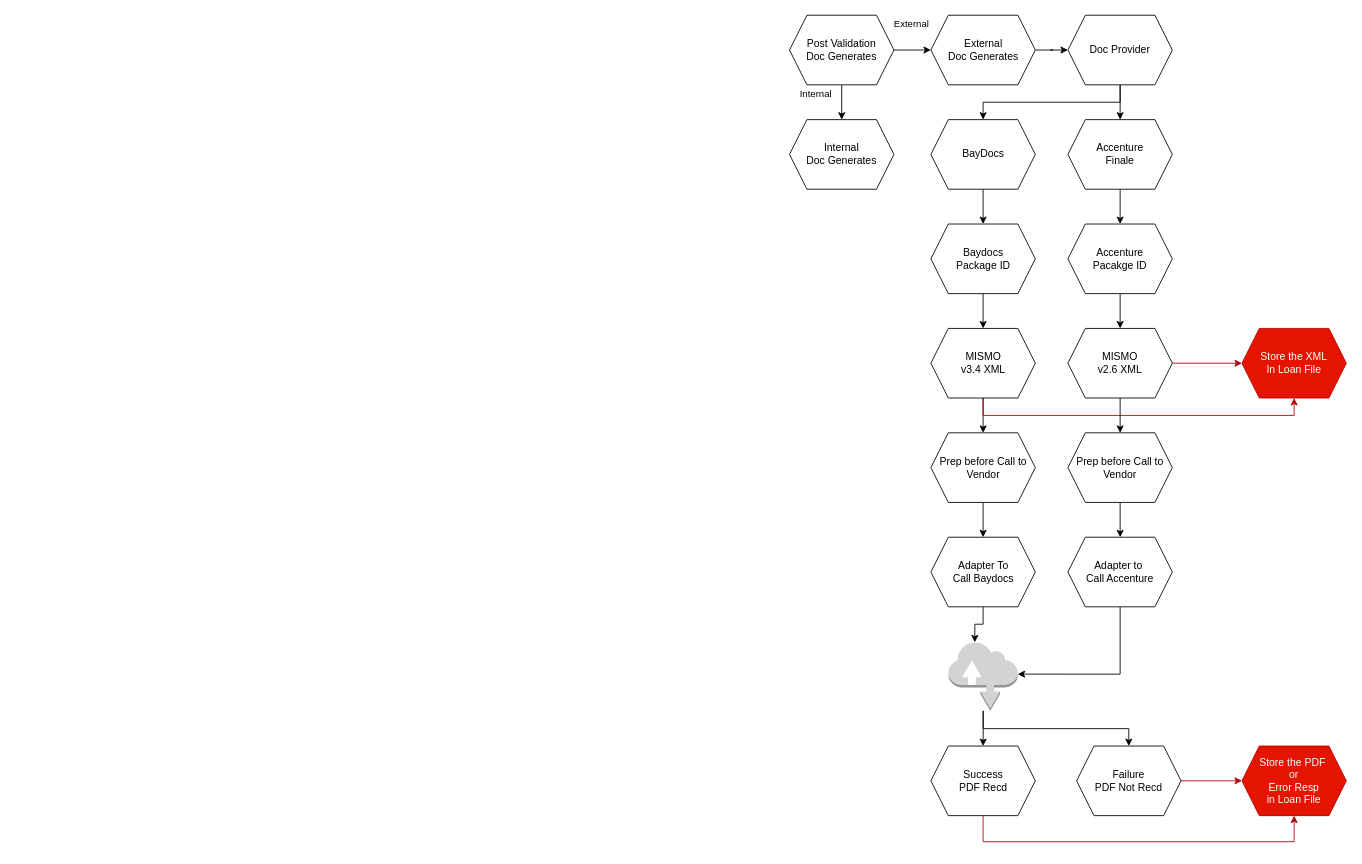
lhesnadeemshaikh/los keeps this draw.io diagram as DocGen.drawio. Above is the earlier version. Source tidied: cells renumbered, new cells numbered last; positions are measured from the earlier drawing's top-left corner, leaving out a move shared by most shapes. Both pictures are drawn from the tidied source at 87%, with x=0, y=0 at pixel (789, 15).
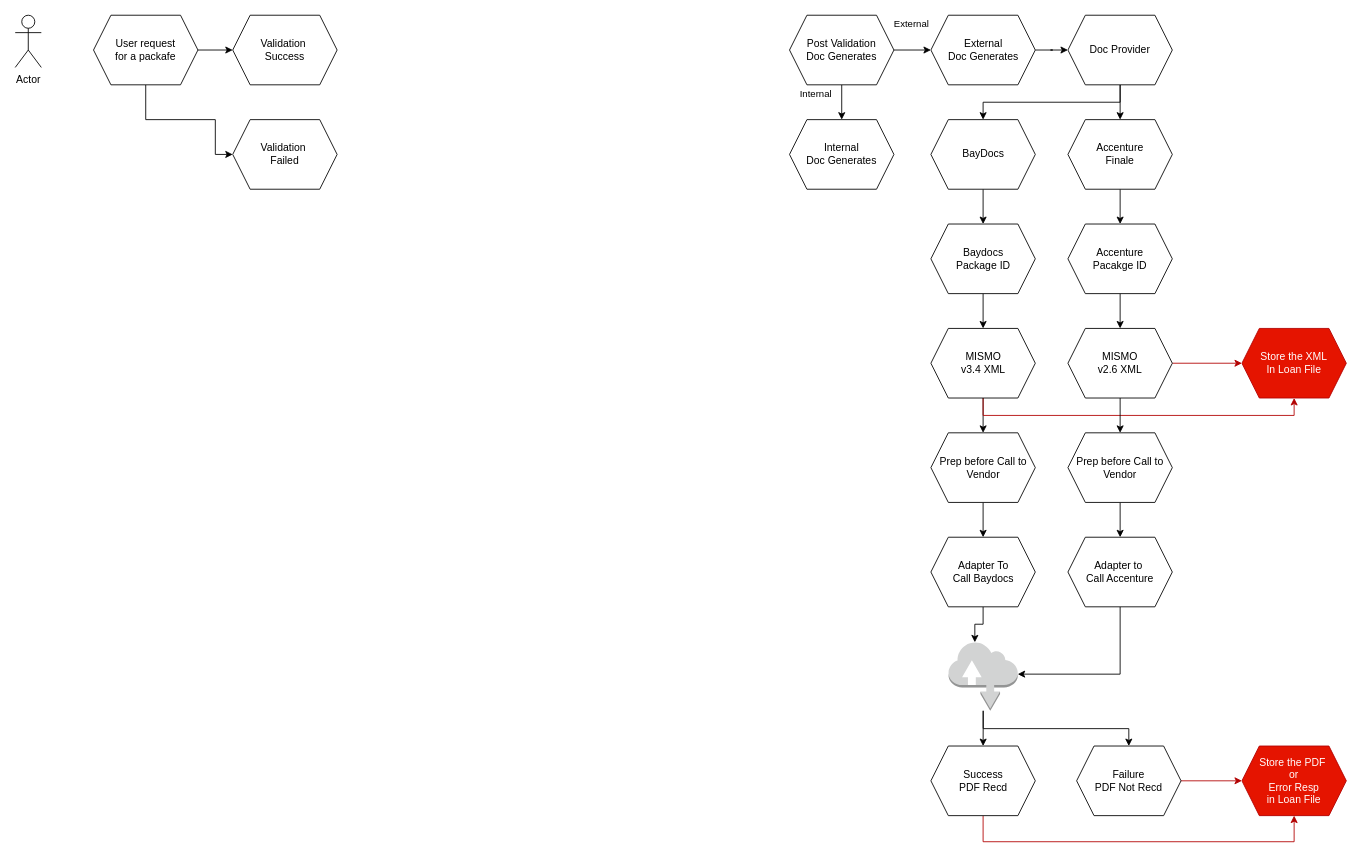
The same diagram, later.

What changed in the source:
```diff
@@
+    <mxCell id="42" style="edgeStyle=orthogonalEdgeStyle;rounded=0;jettySize=auto;html=1;" parent="1" edge="1" source="44" target="46">
+      <mxGeometry relative="1" as="geometry" />
+    </mxCell>
+    <mxCell id="43" style="edgeStyle=orthogonalEdgeStyle;rounded=0;jettySize=auto;html=1;entryX=0;entryY=0.5;entryDx=0;entryDy=0;" parent="1" edge="1" source="44" target="47">
+      <mxGeometry relative="1" as="geometry">
+        <Array as="points">
+          <mxPoint x="-740" y="120" />
+          <mxPoint x="-660" y="120" />
+          <mxPoint x="-660" y="160" />
+        </Array>
+      </mxGeometry>
+    </mxCell>
+    <mxCell id="44" value="User request&lt;br&gt;for a packafe" style="shape=hexagon;perimeter=hexagonPerimeter2;whiteSpace=wrap;html=1;fixedSize=1;" parent="1" vertex="1">
+      <mxGeometry x="-800" width="120" height="80" as="geometry" />
+    </mxCell>
+    <mxCell id="45" value="Actor" style="shape=umlActor;verticalLabelPosition=bottom;verticalAlign=top;html=1;" parent="1" vertex="1">
+      <mxGeometry x="-890" width="30" height="60" as="geometry" />
+    </mxCell>
+    <mxCell id="46" value="Validation&amp;nbsp;&lt;br&gt;Success" style="shape=hexagon;perimeter=hexagonPerimeter2;whiteSpace=wrap;html=1;fixedSize=1;" parent="1" vertex="1">
+      <mxGeometry x="-640" width="120" height="80" as="geometry" />
+    </mxCell>
+    <mxCell id="47" value="Validation&amp;nbsp;&lt;br&gt;Failed" style="shape=hexagon;perimeter=hexagonPerimeter2;whiteSpace=wrap;html=1;fixedSize=1;" parent="1" vertex="1">
+      <mxGeometry x="-640" y="120" width="120" height="80" as="geometry" />
+    </mxCell>
```
